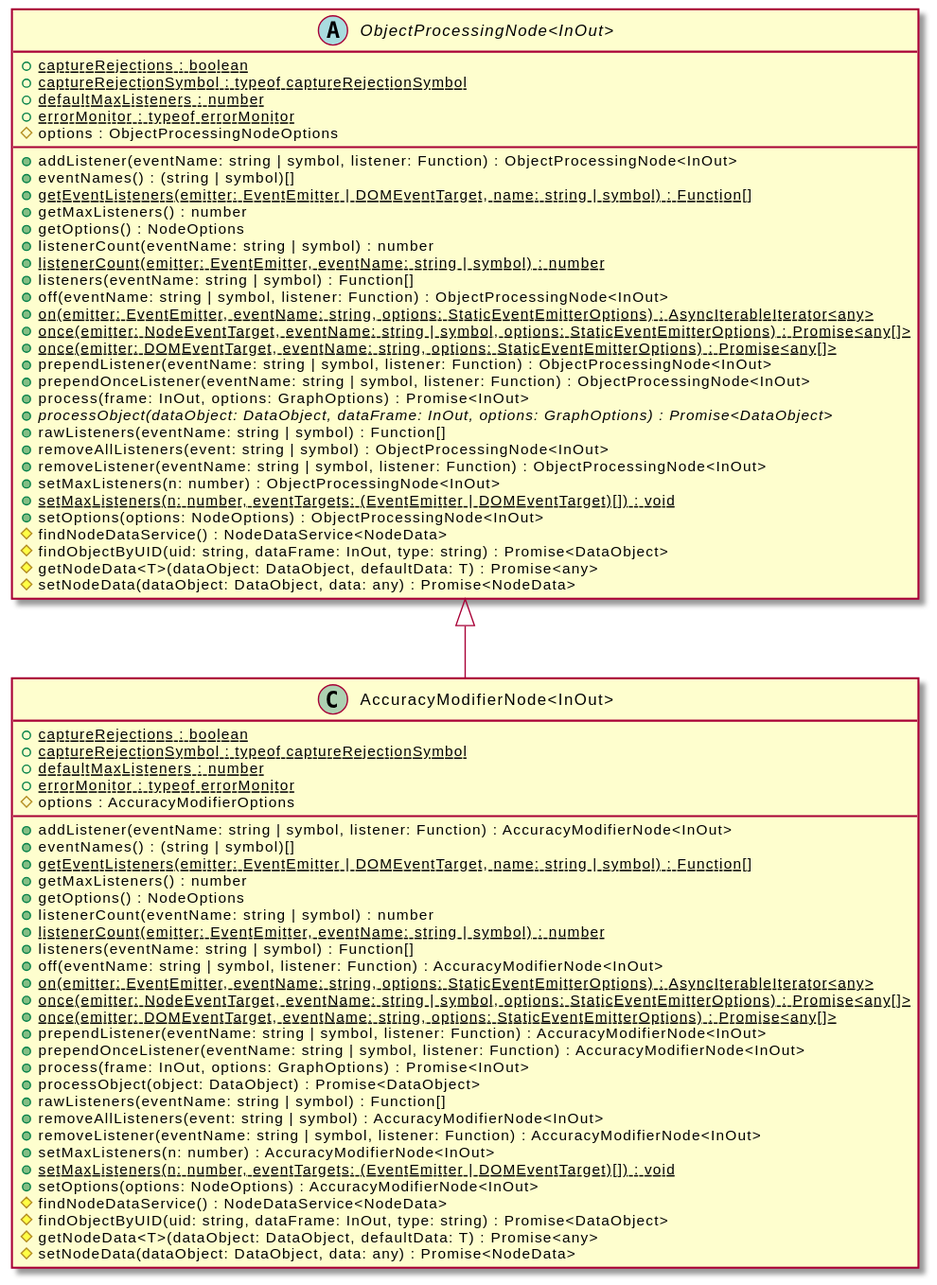
Earlier version of the PlantUML export assets/AccuracyModifierNode-umlClassDiagram-14981.svg (OpenHPS/openhps-core).
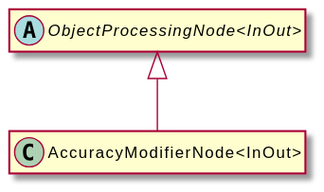
After the change.

What changed in the source:
```diff
@@ -3,70 +3,8 @@
 hide empty methods
 hide empty fields
 class "AccuracyModifierNode<InOut>" {
-    {static} +captureRejections : boolean
-    {static} +captureRejectionSymbol : typeof captureRejectionSymbol
-    {static} +defaultMaxListeners : number
-    {static} +errorMonitor : typeof errorMonitor
-    #options : AccuracyModifierOptions
-    +addListener(eventName: string | symbol, listener: Function) : AccuracyModifierNode<InOut>
-    +eventNames() : (string | symbol)[]
-    {static} +getEventListeners(emitter: EventEmitter | DOMEventTarget, name: string | symbol) : Function[]
-    +getMaxListeners() : number
-    +getOptions() : NodeOptions
-    +listenerCount(eventName: string | symbol) : number
-    {static} +listenerCount(emitter: EventEmitter, eventName: string | symbol) : number
-    +listeners(eventName: string | symbol) : Function[]
-    +off(eventName: string | symbol, listener: Function) : AccuracyModifierNode<InOut>
-    {static} +on(emitter: EventEmitter, eventName: string, options: StaticEventEmitterOptions) : AsyncIterableIterator<any>
-    {static} +once(emitter: NodeEventTarget, eventName: string | symbol, options: StaticEventEmitterOptions) : Promise<any[]>
-    {static} +once(emitter: DOMEventTarget, eventName: string, options: StaticEventEmitterOptions) : Promise<any[]>
-    +prependListener(eventName: string | symbol, listener: Function) : AccuracyModifierNode<InOut>
-    +prependOnceListener(eventName: string | symbol, listener: Function) : AccuracyModifierNode<InOut>
-    +process(frame: InOut, options: GraphOptions) : Promise<InOut>
-    +processObject(object: DataObject) : Promise<DataObject>
-    +rawListeners(eventName: string | symbol) : Function[]
-    +removeAllListeners(event: string | symbol) : AccuracyModifierNode<InOut>
-    +removeListener(eventName: string | symbol, listener: Function) : AccuracyModifierNode<InOut>
-    +setMaxListeners(n: number) : AccuracyModifierNode<InOut>
-    {static} +setMaxListeners(n: number, eventTargets: (EventEmitter | DOMEventTarget)[]) : void
-    +setOptions(options: NodeOptions) : AccuracyModifierNode<InOut>
-    #findNodeDataService() : NodeDataService<NodeData>
-    #findObjectByUID(uid: string, dataFrame: InOut, type: string) : Promise<DataObject>
-    #getNodeData<T>(dataObject: DataObject, defaultData: T) : Promise<any>
-    #setNodeData(dataObject: DataObject, data: any) : Promise<NodeData>
 }
 abstract class "ObjectProcessingNode<InOut>" {
-    {static} +captureRejections : boolean
-    {static} +captureRejectionSymbol : typeof captureRejectionSymbol
-    {static} +defaultMaxListeners : number
-    {static} +errorMonitor : typeof errorMonitor
-    #options : ObjectProcessingNodeOptions
-    +addListener(eventName: string | symbol, listener: Function) : ObjectProcessingNode<InOut>
-    +eventNames() : (string | symbol)[]
-    {static} +getEventListeners(emitter: EventEmitter | DOMEventTarget, name: string | symbol) : Function[]
-    +getMaxListeners() : number
-    +getOptions() : NodeOptions
-    +listenerCount(eventName: string | symbol) : number
-    {static} +listenerCount(emitter: EventEmitter, eventName: string | symbol) : number
-    +listeners(eventName: string | symbol) : Function[]
-    +off(eventName: string | symbol, listener: Function) : ObjectProcessingNode<InOut>
-    {static} +on(emitter: EventEmitter, eventName: string, options: StaticEventEmitterOptions) : AsyncIterableIterator<any>
-    {static} +once(emitter: NodeEventTarget, eventName: string | symbol, options: StaticEventEmitterOptions) : Promise<any[]>
-    {static} +once(emitter: DOMEventTarget, eventName: string, options: StaticEventEmitterOptions) : Promise<any[]>
-    +prependListener(eventName: string | symbol, listener: Function) : ObjectProcessingNode<InOut>
-    +prependOnceListener(eventName: string | symbol, listener: Function) : ObjectProcessingNode<InOut>
-    +process(frame: InOut, options: GraphOptions) : Promise<InOut>
-    {abstract} +processObject(dataObject: DataObject, dataFrame: InOut, options: GraphOptions) : Promise<DataObject>
-    +rawListeners(eventName: string | symbol) : Function[]
-    +removeAllListeners(event: string | symbol) : ObjectProcessingNode<InOut>
-    +removeListener(eventName: string | symbol, listener: Function) : ObjectProcessingNode<InOut>
-    +setMaxListeners(n: number) : ObjectProcessingNode<InOut>
-    {static} +setMaxListeners(n: number, eventTargets: (EventEmitter | DOMEventTarget)[]) : void
-    +setOptions(options: NodeOptions) : ObjectProcessingNode<InOut>
-    #findNodeDataService() : NodeDataService<NodeData>
-    #findObjectByUID(uid: string, dataFrame: InOut, type: string) : Promise<DataObject>
-    #getNodeData<T>(dataObject: DataObject, defaultData: T) : Promise<any>
-    #setNodeData(dataObject: DataObject, data: any) : Promise<NodeData>
 }
 "ObjectProcessingNode<InOut>" <|-- "AccuracyModifierNode<InOut>"
 @enduml
```
